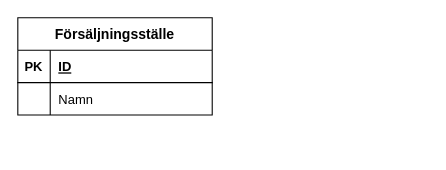
Earlier version of the draw.io diagram page "Page-2" (2 of 2) of Fiskevard.drawio (Ingelisun/ERmodels). Source tidied: cells renumbered, new cells numbered last; positions are measured from the earlier drawing's top-left corner, leaving out a move shared by most shapes. Both pictures are drawn from the tidied source at 108%, with x=0, y=0 at pixel (17, 17).
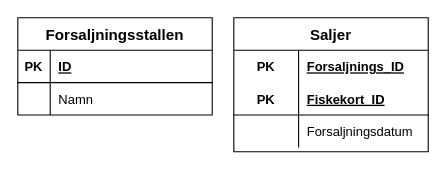
The same diagram, later.

Change to the diagram source:
```diff
@@
-    <mxCell id="2" value="Försäljningsställe" style="shape=table;startSize=30;childLayout=tableLayout;rowLines=0;fontStyle=1;align=center;fontSize=13;" parent="1" vertex="1">
+    <mxCell id="2" value="Forsaljningsstallen" style="shape=table;startSize=30;childLayout=tableLayout;rowLines=0;fontStyle=1;align=center;fontSize=14;" parent="1" vertex="1">
       <mxGeometry width="180" height="90" as="geometry" />
     </mxCell>
@@
+    <mxCell id="15" value="Saljer" style="shape=table;startSize=30;childLayout=tableLayout;rowLines=0;fontStyle=1;align=center;fontSize=14;" parent="1" vertex="1">
+      <mxGeometry x="200" width="180" height="124" as="geometry" />
+    </mxCell>
+    <mxCell id="16" style="shape=partialRectangle;fillColor=none;top=0;left=0;bottom=0;right=0;" parent="15" vertex="1">
+      <mxGeometry y="30" width="180" height="30" as="geometry" />
+    </mxCell>
+    <mxCell id="17" value="PK" style="shape=partialRectangle;fillColor=none;top=0;left=0;bottom=0;right=0;fontStyle=1;overflow=hidden;" parent="16" vertex="1">
+      <mxGeometry width="60" height="30" as="geometry" />
+    </mxCell>
+    <mxCell id="18" value="Forsaljnings_ID" style="shape=partialRectangle;fillColor=none;top=0;left=0;bottom=0;right=0;align=left;spacingLeft=6;fontStyle=5;overflow=hidden;" parent="16" vertex="1">
+      <mxGeometry x="60" width="120" height="30" as="geometry" />
+    </mxCell>
+    <mxCell id="19" style="shape=partialRectangle;fillColor=none;top=0;left=0;bottom=1;right=0;" parent="15" vertex="1">
+      <mxGeometry y="60" width="180" height="30" as="geometry" />
+    </mxCell>
+    <mxCell id="20" value="PK" style="shape=partialRectangle;fillColor=none;top=0;left=0;bottom=0;right=0;fontStyle=1;overflow=hidden;" parent="19" vertex="1">
+      <mxGeometry width="60" height="30" as="geometry" />
+    </mxCell>
+    <mxCell id="21" value="Fiskekort_ID" style="shape=partialRectangle;fillColor=none;top=0;left=0;bottom=0;right=0;align=left;spacingLeft=6;fontStyle=5;overflow=hidden;" parent="19" vertex="1">
+      <mxGeometry x="60" width="120" height="30" as="geometry" />
+    </mxCell>
+    <mxCell id="22" style="shape=partialRectangle;fillColor=none;top=0;left=0;bottom=0;right=0;" parent="15" vertex="1">
+      <mxGeometry y="90" width="180" height="30" as="geometry" />
+    </mxCell>
+    <mxCell id="23" style="shape=partialRectangle;fillColor=none;top=0;left=0;bottom=0;right=0;overflow=hidden;" parent="22" vertex="1">
+      <mxGeometry width="60" height="30" as="geometry" />
+    </mxCell>
+    <mxCell id="24" value="Forsaljningsdatum" style="shape=partialRectangle;fillColor=none;top=0;left=0;bottom=0;right=0;align=left;spacingLeft=6;overflow=hidden;" parent="22" vertex="1">
+      <mxGeometry x="60" width="120" height="30" as="geometry" />
+    </mxCell>
+    <mxCell id="25" style="shape=partialRectangle;fillColor=none;top=0;left=0;bottom=0;right=0;" parent="15" vertex="1">
+      <mxGeometry y="120" width="180" as="geometry" />
+    </mxCell>
+    <mxCell id="26" style="shape=partialRectangle;fillColor=none;top=0;left=0;bottom=0;right=0;overflow=hidden;" parent="25" vertex="1">
+      <mxGeometry width="60" as="geometry" />
+    </mxCell>
+    <mxCell id="27" style="shape=partialRectangle;fillColor=none;top=0;left=0;bottom=0;right=0;align=left;spacingLeft=6;overflow=hidden;" parent="25" vertex="1">
+      <mxGeometry x="60" width="120" as="geometry" />
+    </mxCell>
```
